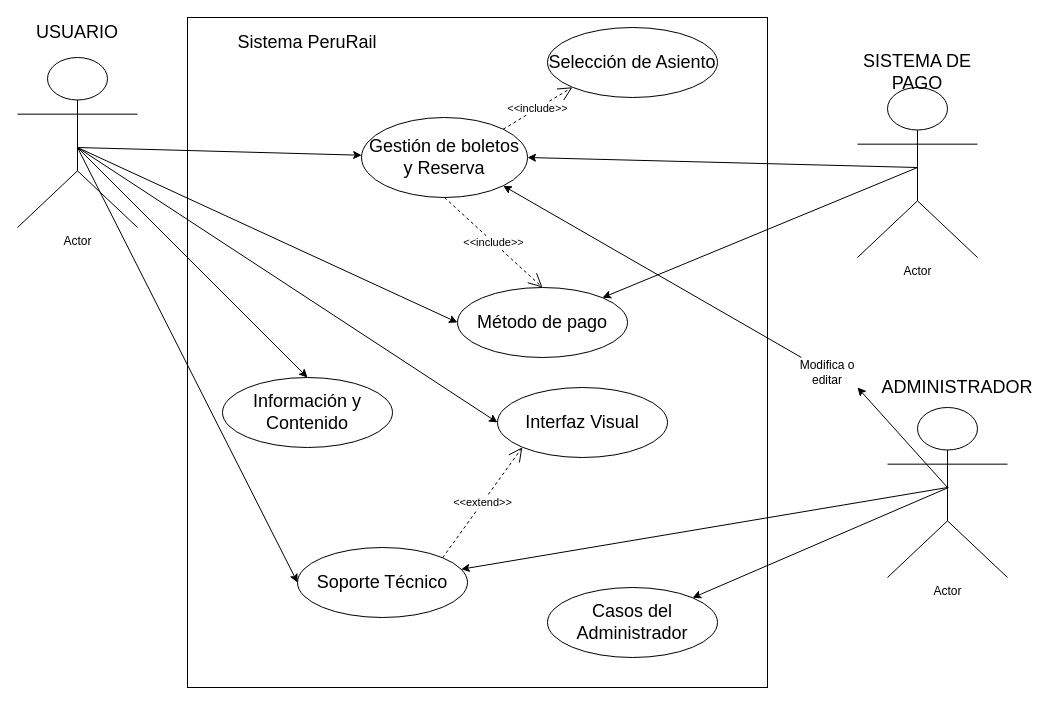
The draw.io diagram Diagrama_de_usos.drawio in davidev-m/peruRail, before the edit. Source tidied: cells renumbered, new cells numbered last; positions are measured from the earlier drawing's top-left corner, leaving out a move shared by most shapes. Both pictures are drawn from the tidied source at 100%, with x=0, y=0 at pixel (17, 17).
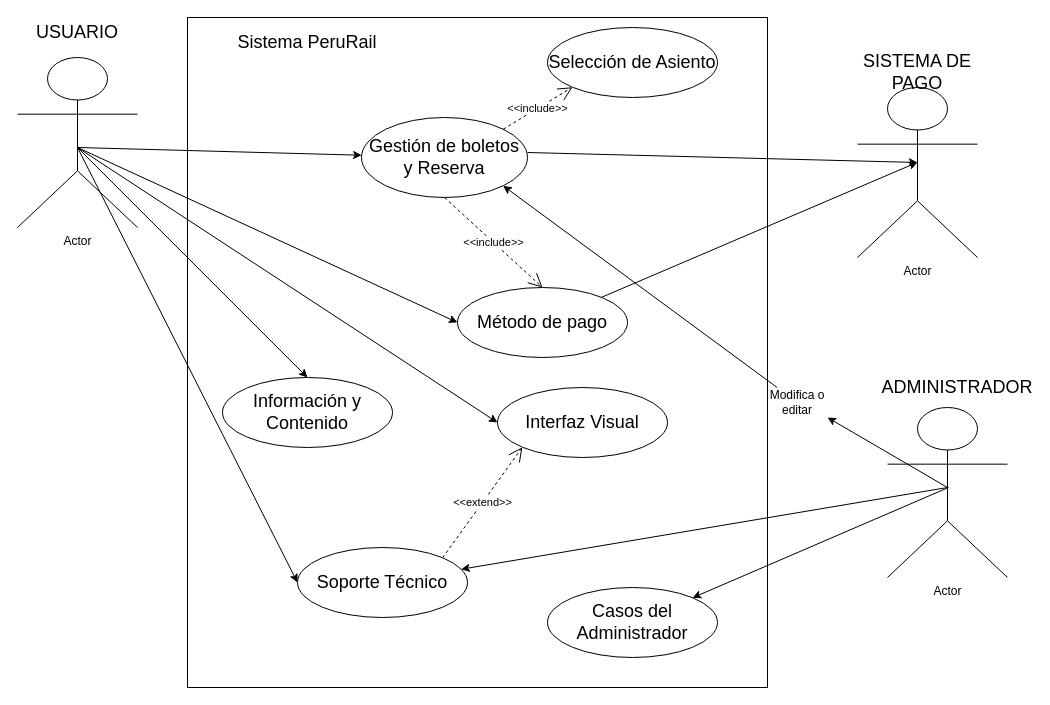
Above is the later version.

Commit message:
modificacion casi lista

Unchanged cells that the change refers to:
```xml
<mxCell id="3" value="&lt;font style=&quot;font-size: 18px;&quot;&gt;Gestión de boletos y Reserva&lt;/font&gt;" style="ellipse;whiteSpace=wrap;html=1;" parent="1" vertex="1">
  <mxGeometry x="344" y="100" width="166" height="80" as="geometry" />
</mxCell>
<mxCell id="4" value="&lt;font style=&quot;font-size: 18px;&quot;&gt;Método de pago&lt;/font&gt;" style="ellipse;whiteSpace=wrap;html=1;" parent="1" vertex="1">
  <mxGeometry x="440" y="270" width="170" height="70" as="geometry" />
</mxCell>
```

What changed in the source:
```diff
@@
-    <mxCell id="23" style="endArrow=classic;html=1;rounded=0;entryX=1;entryY=0.5;entryDx=0;entryDy=0;" parent="1" edge="1" target="3">
-      <mxGeometry relative="1" as="geometry">
-        <mxPoint x="900" y="150" as="sourcePoint" />
-      </mxGeometry>
-    </mxCell>
-    <mxCell id="24" style="endArrow=classic;html=1;rounded=0;" parent="1" edge="1" target="4">
+    <mxCell id="24" style="endArrow=classic;html=1;rounded=0;entryX=0.5;entryY=0.5;entryDx=0;entryDy=0;entryPerimeter=0;" parent="1" edge="1" source="4">
       <mxGeometry relative="1" as="geometry">
-        <mxPoint x="900" y="150" as="sourcePoint" />
+        <mxPoint x="900" y="144.8" as="targetPoint" />
       </mxGeometry>
     </mxCell>
@@
     <mxCell id="27" value="Modifica o editar" style="text;html=1;align=center;verticalAlign=middle;whiteSpace=wrap;rounded=0;" parent="1" vertex="1">
-      <mxGeometry x="780" y="340" width="60" height="30" as="geometry" />
+      <mxGeometry x="750" y="370" width="60" height="30" as="geometry" />
     </mxCell>
@@
+    <mxCell id="32" style="endArrow=classic;html=1;rounded=0;exitX=1;exitY=0.5;exitDx=0;exitDy=0;" parent="1" edge="1">
+      <mxGeometry relative="1" as="geometry">
+        <mxPoint x="510" y="135" as="sourcePoint" />
+        <mxPoint x="900" y="145" as="targetPoint" />
+        <Array as="points">
+          <mxPoint x="900" y="145" />
+        </Array>
+      </mxGeometry>
+    </mxCell>
```
